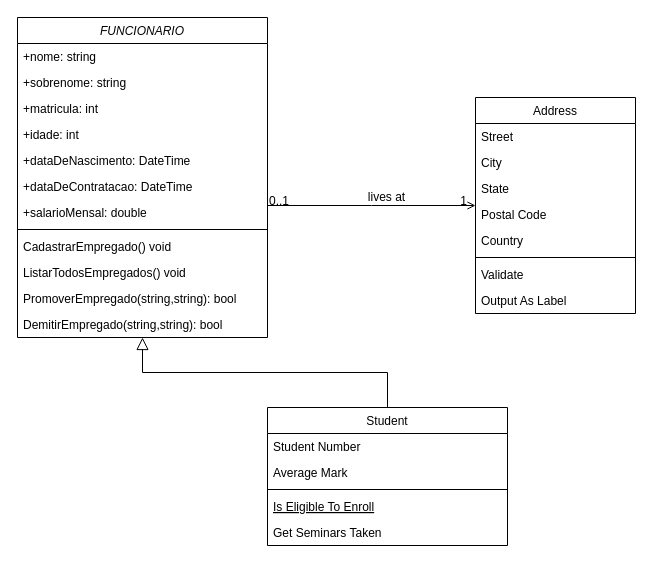
The draw.io diagram Diagrama sem nome.drawio in Luthem01/EXEDUPLA, before the edit. Source tidied: cells renumbered, new cells numbered last; positions are measured from the earlier drawing's top-left corner, leaving out a move shared by most shapes. Both pictures are drawn from the tidied source at 100%, with x=0, y=0 at pixel (17, 17).
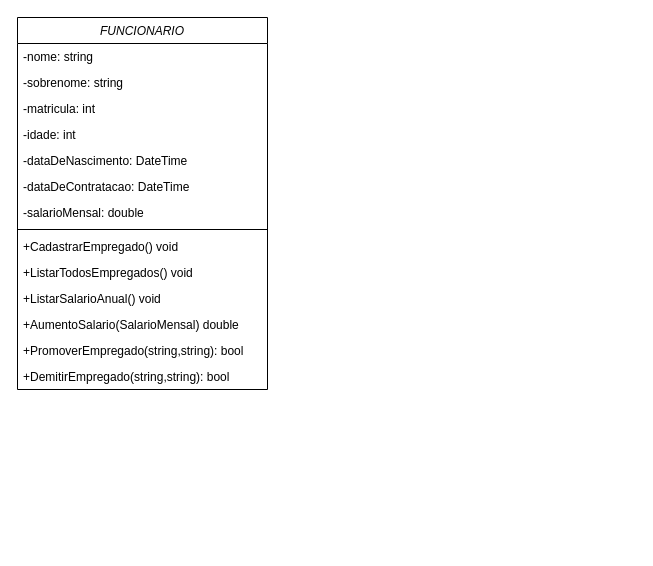
After the change.

Change to the diagram source:
```diff
@@
     <mxCell id="2" value="FUNCIONARIO" style="swimlane;fontStyle=2;align=center;verticalAlign=top;horizontal=1;startSize=26;rounded=0;shadow=0;strokeWidth=1;" parent="1" vertex="1">
-      <mxGeometry width="250" height="320" as="geometry" />
+      <mxGeometry width="250" height="372" as="geometry" />
     </mxCell>
-    <mxCell id="3" value="+nome: string" style="text;align=left;verticalAlign=top;spacingLeft=4;spacingRight=4;overflow=hidden;" parent="2" vertex="1">
+    <mxCell id="3" value="-nome: string" style="text;align=left;verticalAlign=top;spacingLeft=4;spacingRight=4;overflow=hidden;" parent="2" vertex="1">
       <mxGeometry y="26" width="250" height="26" as="geometry" />
     </mxCell>
-    <mxCell id="4" value="+sobrenome: string" style="text;align=left;verticalAlign=top;spacingLeft=4;spacingRight=4;overflow=hidden;" parent="2" vertex="1">
+    <mxCell id="4" value="-sobrenome: string" style="text;align=left;verticalAlign=top;spacingLeft=4;spacingRight=4;overflow=hidden;" parent="2" vertex="1">
       <mxGeometry y="52" width="250" height="26" as="geometry" />
     </mxCell>
-    <mxCell id="5" value="+matricula: int" style="text;align=left;verticalAlign=top;spacingLeft=4;spacingRight=4;overflow=hidden;rounded=0;shadow=0;html=0;" parent="2" vertex="1">
+    <mxCell id="5" value="-matricula: int" style="text;align=left;verticalAlign=top;spacingLeft=4;spacingRight=4;overflow=hidden;rounded=0;shadow=0;html=0;" parent="2" vertex="1">
       <mxGeometry y="78" width="250" height="26" as="geometry" />
     </mxCell>
-    <mxCell id="6" value="+idade: int" style="text;align=left;verticalAlign=top;spacingLeft=4;spacingRight=4;overflow=hidden;rounded=0;shadow=0;html=0;" parent="2" vertex="1">
+    <mxCell id="6" value="-idade: int" style="text;align=left;verticalAlign=top;spacingLeft=4;spacingRight=4;overflow=hidden;rounded=0;shadow=0;html=0;" parent="2" vertex="1">
       <mxGeometry y="104" width="250" height="26" as="geometry" />
     </mxCell>
-    <mxCell id="7" value="+dataDeNascimento: DateTime" style="text;align=left;verticalAlign=top;spacingLeft=4;spacingRight=4;overflow=hidden;rounded=0;shadow=0;html=0;" parent="2" vertex="1">
+    <mxCell id="7" value="-dataDeNascimento: DateTime" style="text;align=left;verticalAlign=top;spacingLeft=4;spacingRight=4;overflow=hidden;rounded=0;shadow=0;html=0;" parent="2" vertex="1">
       <mxGeometry y="130" width="250" height="26" as="geometry" />
     </mxCell>
-    <mxCell id="8" value="+dataDeContratacao: DateTime" style="text;align=left;verticalAlign=top;spacingLeft=4;spacingRight=4;overflow=hidden;rounded=0;shadow=0;html=0;" parent="2" vertex="1">
+    <mxCell id="8" value="-dataDeContratacao: DateTime" style="text;align=left;verticalAlign=top;spacingLeft=4;spacingRight=4;overflow=hidden;rounded=0;shadow=0;html=0;" parent="2" vertex="1">
       <mxGeometry y="156" width="250" height="26" as="geometry" />
     </mxCell>
-    <mxCell id="9" value="+salarioMensal: double" style="text;align=left;verticalAlign=top;spacingLeft=4;spacingRight=4;overflow=hidden;rounded=0;shadow=0;html=0;" parent="2" vertex="1">
+    <mxCell id="9" value="-salarioMensal: double" style="text;align=left;verticalAlign=top;spacingLeft=4;spacingRight=4;overflow=hidden;rounded=0;shadow=0;html=0;" parent="2" vertex="1">
       <mxGeometry y="182" width="250" height="26" as="geometry" />
     </mxCell>
@@
-    <mxCell id="11" value="CadastrarEmpregado() void" style="text;align=left;verticalAlign=top;spacingLeft=4;spacingRight=4;overflow=hidden;" parent="2" vertex="1">
+    <mxCell id="11" value="+CadastrarEmpregado() void" style="text;align=left;verticalAlign=top;spacingLeft=4;spacingRight=4;overflow=hidden;" parent="2" vertex="1">
       <mxGeometry y="216" width="250" height="26" as="geometry" />
     </mxCell>
-    <mxCell id="12" value="ListarTodosEmpregados() void" style="text;align=left;verticalAlign=top;spacingLeft=4;spacingRight=4;overflow=hidden;" parent="2" vertex="1">
+    <mxCell id="12" value="+ListarTodosEmpregados() void" style="text;align=left;verticalAlign=top;spacingLeft=4;spacingRight=4;overflow=hidden;" parent="2" vertex="1">
       <mxGeometry y="242" width="250" height="26" as="geometry" />
     </mxCell>
+    <mxCell id="35" value="+ListarSalarioAnual() void" style="text;align=left;verticalAlign=top;spacingLeft=4;spacingRight=4;overflow=hidden;" parent="2" vertex="1">
+      <mxGeometry y="268" width="250" height="26" as="geometry" />
+    </mxCell>
+    <mxCell id="36" value="+AumentoSalario(SalarioMensal) double" style="text;align=left;verticalAlign=top;spacingLeft=4;spacingRight=4;overflow=hidden;" parent="2" vertex="1">
+      <mxGeometry y="294" width="250" height="26" as="geometry" />
+    </mxCell>
-    <mxCell id="13" value="PromoverEmpregado(string,string): bool" style="text;align=left;verticalAlign=top;spacingLeft=4;spacingRight=4;overflow=hidden;" parent="2" vertex="1">
-      <mxGeometry y="268" width="250" height="26" as="geometry" />
+    <mxCell id="13" value="+PromoverEmpregado(string,string): bool" style="text;align=left;verticalAlign=top;spacingLeft=4;spacingRight=4;overflow=hidden;" parent="2" vertex="1">
+      <mxGeometry y="320" width="250" height="26" as="geometry" />
     </mxCell>
-    <mxCell id="14" value="DemitirEmpregado(string,string): bool" style="text;align=left;verticalAlign=top;spacingLeft=4;spacingRight=4;overflow=hidden;" parent="2" vertex="1">
-      <mxGeometry y="294" width="250" height="26" as="geometry" />
+    <mxCell id="14" value="+DemitirEmpregado(string,string): bool" style="text;align=left;verticalAlign=top;spacingLeft=4;spacingRight=4;overflow=hidden;" parent="2" vertex="1">
+      <mxGeometry y="346" width="250" height="26" as="geometry" />
     </mxCell>
-    <mxCell id="15" value="Student" style="swimlane;fontStyle=0;align=center;verticalAlign=top;horizontal=1;startSize=26;rounded=0;shadow=0;strokeWidth=1;" parent="1" vertex="1">
-      <mxGeometry x="250" y="390" width="240" height="138" as="geometry" />
-    </mxCell>
-    <mxCell id="16" value="Student Number" style="text;align=left;verticalAlign=top;spacingLeft=4;spacingRight=4;overflow=hidden;" parent="15" vertex="1">
-      <mxGeometry y="26" width="240" height="26" as="geometry" />
-    </mxCell>
-    <mxCell id="17" value="Average Mark" style="text;align=left;verticalAlign=top;spacingLeft=4;spacingRight=4;overflow=hidden;rounded=0;shadow=0;html=0;" parent="15" vertex="1">
-      <mxGeometry y="52" width="240" height="26" as="geometry" />
-    </mxCell>
-    <mxCell id="18" style="line;html=1;strokeWidth=1;align=left;verticalAlign=middle;spacingTop=-1;spacingLeft=3;spacingRight=3;labelPosition=right;" parent="15" vertex="1">
-      <mxGeometry y="78" width="240" height="8" as="geometry" />
-    </mxCell>
-    <mxCell id="19" value="Is Eligible To Enroll" style="text;align=left;verticalAlign=top;spacingLeft=4;spacingRight=4;overflow=hidden;fontStyle=4;" parent="15" vertex="1">
-      <mxGeometry y="86" width="240" height="26" as="geometry" />
-    </mxCell>
-    <mxCell id="20" value="Get Seminars Taken" style="text;align=left;verticalAlign=top;spacingLeft=4;spacingRight=4;overflow=hidden;" parent="15" vertex="1">
-      <mxGeometry y="112" width="240" height="26" as="geometry" />
-    </mxCell>
-    <mxCell id="21" style="endArrow=block;endSize=10;endFill=0;shadow=0;strokeWidth=1;rounded=0;edgeStyle=elbowEdgeStyle;elbow=vertical;" parent="1" edge="1" source="15" target="2">
-      <mxGeometry relative="1" as="geometry" />
-    </mxCell>
-    <mxCell id="22" value="Address" style="swimlane;fontStyle=0;align=center;verticalAlign=top;horizontal=1;startSize=26;rounded=0;shadow=0;strokeWidth=1;" parent="1" vertex="1">
-      <mxGeometry x="458" y="80" width="160" height="216" as="geometry" />
-    </mxCell>
-    <mxCell id="23" value="Street" style="text;align=left;verticalAlign=top;spacingLeft=4;spacingRight=4;overflow=hidden;" parent="22" vertex="1">
-      <mxGeometry y="26" width="160" height="26" as="geometry" />
-    </mxCell>
-    <mxCell id="24" value="City" style="text;align=left;verticalAlign=top;spacingLeft=4;spacingRight=4;overflow=hidden;rounded=0;shadow=0;html=0;" parent="22" vertex="1">
-      <mxGeometry y="52" width="160" height="26" as="geometry" />
-    </mxCell>
-    <mxCell id="25" value="State" style="text;align=left;verticalAlign=top;spacingLeft=4;spacingRight=4;overflow=hidden;rounded=0;shadow=0;html=0;" parent="22" vertex="1">
-      <mxGeometry y="78" width="160" height="26" as="geometry" />
-    </mxCell>
-    <mxCell id="26" value="Postal Code" style="text;align=left;verticalAlign=top;spacingLeft=4;spacingRight=4;overflow=hidden;rounded=0;shadow=0;html=0;" parent="22" vertex="1">
-      <mxGeometry y="104" width="160" height="26" as="geometry" />
-    </mxCell>
-    <mxCell id="27" value="Country" style="text;align=left;verticalAlign=top;spacingLeft=4;spacingRight=4;overflow=hidden;rounded=0;shadow=0;html=0;" parent="22" vertex="1">
-      <mxGeometry y="130" width="160" height="26" as="geometry" />
-    </mxCell>
-    <mxCell id="28" style="line;html=1;strokeWidth=1;align=left;verticalAlign=middle;spacingTop=-1;spacingLeft=3;spacingRight=3;labelPosition=right;" parent="22" vertex="1">
-      <mxGeometry y="156" width="160" height="8" as="geometry" />
-    </mxCell>
-    <mxCell id="29" value="Validate" style="text;align=left;verticalAlign=top;spacingLeft=4;spacingRight=4;overflow=hidden;" parent="22" vertex="1">
-      <mxGeometry y="164" width="160" height="26" as="geometry" />
-    </mxCell>
-    <mxCell id="30" value="Output As Label" style="text;align=left;verticalAlign=top;spacingLeft=4;spacingRight=4;overflow=hidden;" parent="22" vertex="1">
-      <mxGeometry y="190" width="160" height="26" as="geometry" />
-    </mxCell>
-    <mxCell id="31" style="endArrow=open;shadow=0;strokeWidth=1;rounded=0;endFill=1;edgeStyle=elbowEdgeStyle;elbow=vertical;" parent="1" edge="1" source="2" target="22">
-      <mxGeometry x="0.5" y="41" relative="1" as="geometry">
-        <mxPoint x="-40" y="32" as="offset" />
-      </mxGeometry>
-    </mxCell>
-    <mxCell id="32" value="0..1" style="align=left;verticalAlign=bottom;labelBackgroundColor=none;fontSize=12;" parent="31" vertex="1">
-      <mxGeometry x="-1" relative="1" as="geometry">
-        <mxPoint y="4" as="offset" />
-      </mxGeometry>
-    </mxCell>
-    <mxCell id="33" value="1" style="align=right;verticalAlign=bottom;labelBackgroundColor=none;fontSize=12;" parent="31" vertex="1">
-      <mxGeometry x="1" relative="1" as="geometry">
-        <mxPoint x="-7" y="4" as="offset" />
-      </mxGeometry>
-    </mxCell>
-    <mxCell id="34" value="lives at" style="text;html=1;align=center;verticalAlign=middle;labelBackgroundColor=none;rounded=0;shadow=0;strokeWidth=1;fontSize=12;" parent="31" vertex="1">
-      <mxGeometry x="0.5" y="49" relative="1" as="geometry">
-        <mxPoint x="-38" y="40" as="offset" />
-      </mxGeometry>
-    </mxCell>
```
